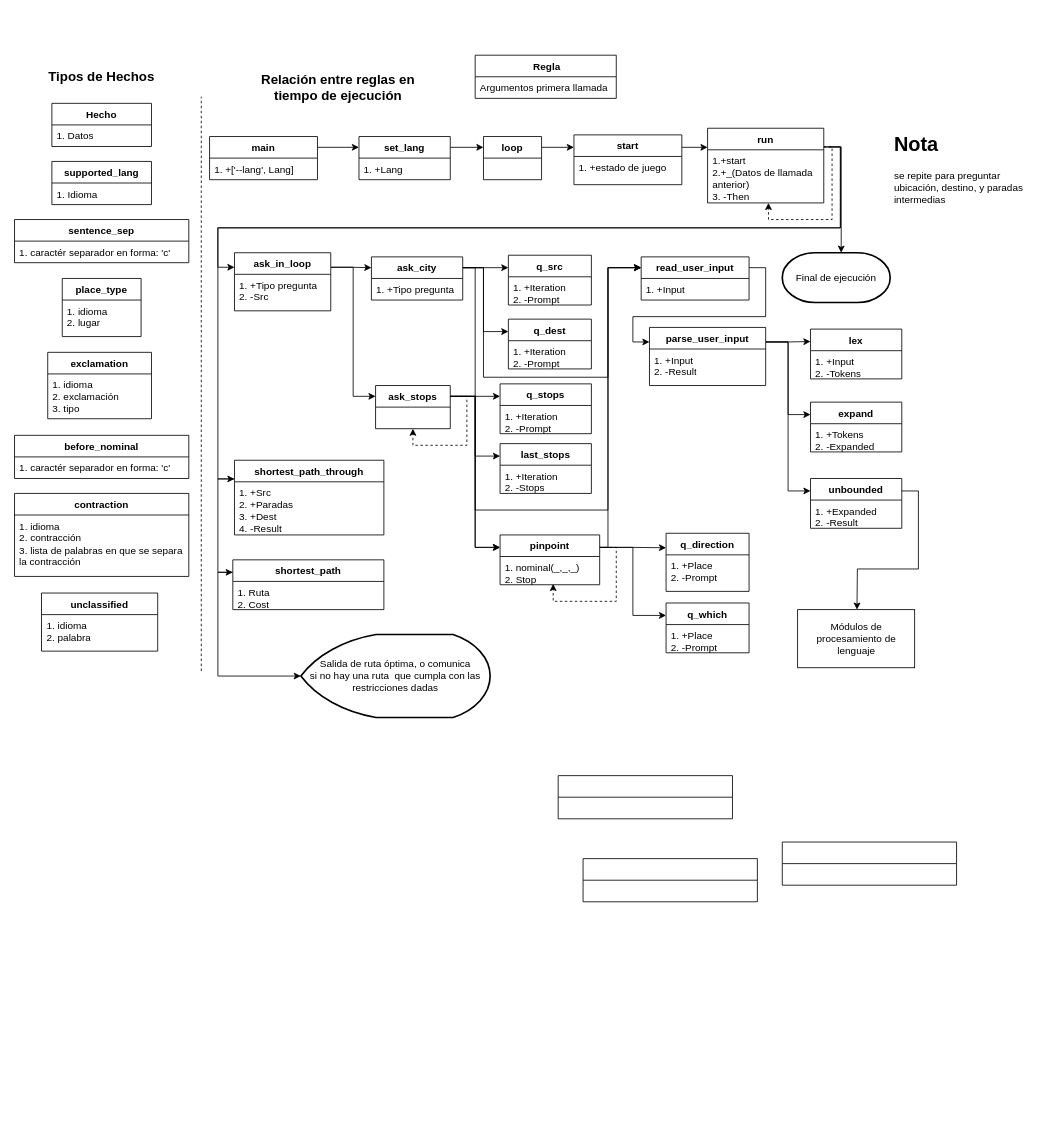
Earlier version of the draw.io diagram doc/Diagrama.drawio (Josfemova/wazelog). Source tidied: cells renumbered, new cells numbered last; positions are measured from the earlier drawing's top-left corner, leaving out a move shared by most shapes. Both pictures are drawn from the tidied source at 83%, with x=0, y=0 at pixel (14, 55).
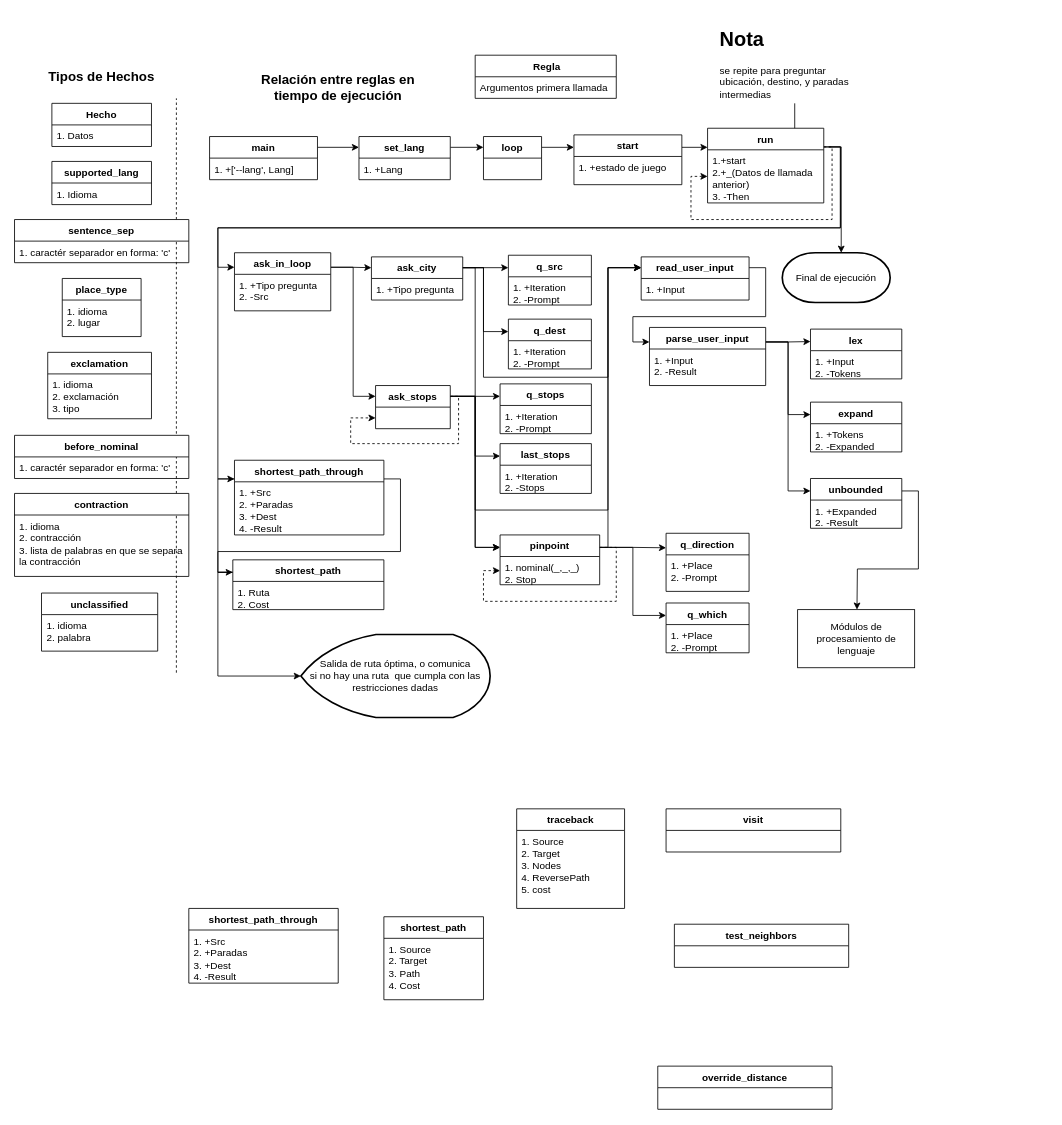
After the change.

The change refers to these unchanged cells:
```xml
<mxCell id="42" value="shortest_path_through" style="swimlane;fontStyle=1;align=center;verticalAlign=top;horizontal=1;startSize=26;" parent="1" vertex="1">
  <mxGeometry x="265" y="488" width="180" height="90" as="geometry" />
</mxCell>
<mxCell id="47" value="run" style="swimlane;fontStyle=1;align=center;verticalAlign=top;horizontal=1;startSize=26;" parent="1" vertex="1">
  <mxGeometry x="835" y="88" width="140" height="90" as="geometry" />
</mxCell>
<mxCell id="48" value="1.+start&#10;2.+_(Datos de llamada anterior)&#10;3. -Then" style="text;strokeColor=none;fillColor=none;align=left;verticalAlign=top;spacingLeft=4;spacingRight=4;overflow=hidden;points=[[0,0.5],[1,0.5]];portConstraint=eastwest;whiteSpace=wrap;" parent="47" vertex="1">
  <mxGeometry y="26" width="140" height="64" as="geometry" />
</mxCell>
<mxCell id="57" value="ask_stops" style="swimlane;fontStyle=1;align=center;verticalAlign=top;horizontal=1;startSize=26;" parent="1" vertex="1">
  <mxGeometry x="435" y="398" width="90" height="52" as="geometry" />
</mxCell>
<mxCell id="58" value=" " style="text;strokeColor=none;fillColor=none;align=left;verticalAlign=top;spacingLeft=4;spacingRight=4;overflow=hidden;points=[[0,0.5],[1,0.5]];portConstraint=eastwest;whiteSpace=wrap;" parent="57" vertex="1">
  <mxGeometry y="26" width="90" height="26" as="geometry" />
</mxCell>
<mxCell id="65" value="pinpoint" style="swimlane;fontStyle=1;align=center;verticalAlign=top;horizontal=1;startSize=26;" parent="1" vertex="1">
  <mxGeometry x="585" y="578" width="120" height="60" as="geometry" />
</mxCell>
<mxCell id="66" value="1. nominal(_,_,_)&#10;2. Stop " style="text;strokeColor=none;fillColor=none;align=left;verticalAlign=top;spacingLeft=4;spacingRight=4;overflow=hidden;points=[[0,0.5],[1,0.5]];portConstraint=eastwest;whiteSpace=wrap;" parent="65" vertex="1">
  <mxGeometry y="26" width="120" height="34" as="geometry" />
</mxCell>
<mxCell id="98" value="shortest_path" style="swimlane;fontStyle=1;align=center;verticalAlign=top;horizontal=1;startSize=26;" parent="1" vertex="1">
  <mxGeometry x="263" y="608" width="182" height="60" as="geometry" />
</mxCell>
```

Change to the diagram source:
```diff
@@
     <mxCell id="17" style="endArrow=none;dashed=1;html=1;" parent="1" edge="1">
       <mxGeometry relative="1" as="geometry">
-        <mxPoint x="225" y="742" as="sourcePoint" />
-        <mxPoint x="225" y="50" as="targetPoint" />
+        <mxPoint x="195" y="744" as="sourcePoint" />
+        <mxPoint x="195" y="52" as="targetPoint" />
       </mxGeometry>
     </mxCell>
@@
+    <mxCell id="107" style="edgeStyle=orthogonalEdgeStyle;rounded=0;jettySize=auto;html=1;exitX=1;exitY=0.25;exitDx=0;exitDy=0;entryX=0;entryY=0.25;entryDx=0;entryDy=0;endArrow=none;endFill=0;" parent="1" edge="1" source="42" target="98">
+      <mxGeometry relative="1" as="geometry">
+        <Array as="points">
+          <mxPoint x="465" y="511" />
+          <mxPoint x="465" y="598" />
+          <mxPoint x="245" y="598" />
+          <mxPoint x="245" y="623" />
+        </Array>
+      </mxGeometry>
+    </mxCell>
@@
-    <mxCell id="49" style="edgeStyle=orthogonalEdgeStyle;rounded=0;jettySize=auto;html=1;exitX=1;exitY=0.25;exitDx=0;exitDy=0;entryX=0.524;entryY=1;entryDx=0;entryDy=0;entryPerimeter=0;dashed=1;" parent="47" edge="1" source="47" target="48">
+    <mxCell id="49" style="edgeStyle=orthogonalEdgeStyle;rounded=0;jettySize=auto;html=1;exitX=1;exitY=0.25;exitDx=0;exitDy=0;entryX=0;entryY=0.5;entryDx=0;entryDy=0;dashed=1;" parent="47" edge="1" source="47" target="48">
       <mxGeometry relative="1" as="geometry">
         <Array as="points">
           <mxPoint x="150" y="23" />
           <mxPoint x="150" y="110" />
-          <mxPoint x="73" y="110" />
+          <mxPoint x="-20" y="110" />
+          <mxPoint x="-20" y="58" />
         </Array>
       </mxGeometry>
     </mxCell>
@@
-    <mxCell id="59" style="edgeStyle=orthogonalEdgeStyle;rounded=0;jettySize=auto;html=1;exitX=1;exitY=0.25;exitDx=0;exitDy=0;entryX=0.5;entryY=1;entryDx=0;entryDy=0;entryPerimeter=0;dashed=1;" parent="57" edge="1" source="57" target="58">
-      <mxGeometry relative="1" as="geometry" />
+    <mxCell id="59" style="edgeStyle=orthogonalEdgeStyle;rounded=0;jettySize=auto;html=1;exitX=1;exitY=0.25;exitDx=0;exitDy=0;dashed=1;entryX=0;entryY=0.5;entryDx=0;entryDy=0;" parent="57" edge="1" source="57" target="58">
+      <mxGeometry relative="1" as="geometry">
+        <Array as="points">
+          <mxPoint x="100" y="13" />
+          <mxPoint x="100" y="70" />
+          <mxPoint x="-30" y="70" />
+          <mxPoint x="-30" y="39" />
+        </Array>
+      </mxGeometry>
     </mxCell>
@@
-    <mxCell id="67" style="edgeStyle=orthogonalEdgeStyle;rounded=0;jettySize=auto;html=1;exitX=1;exitY=0.25;exitDx=0;exitDy=0;entryX=0.533;entryY=0.971;entryDx=0;entryDy=0;entryPerimeter=0;dashed=1;" parent="65" edge="1" source="65" target="66">
-      <mxGeometry relative="1" as="geometry" />
+    <mxCell id="67" style="edgeStyle=orthogonalEdgeStyle;rounded=0;jettySize=auto;html=1;exitX=1;exitY=0.25;exitDx=0;exitDy=0;dashed=1;" parent="65" edge="1" source="65">
+      <mxGeometry relative="1" as="geometry">
+        <mxPoint y="43" as="targetPoint" />
+        <Array as="points">
+          <mxPoint x="140" y="15" />
+          <mxPoint x="140" y="80" />
+          <mxPoint x="-20" y="80" />
+          <mxPoint x="-20" y="43" />
+        </Array>
+      </mxGeometry>
     </mxCell>
@@
+    <mxCell id="108" style="edgeStyle=orthogonalEdgeStyle;rounded=0;jettySize=auto;html=1;exitX=0.5;exitY=1;exitDx=0;exitDy=0;entryX=0.75;entryY=0;entryDx=0;entryDy=0;endArrow=none;endFill=0;" parent="1" edge="1" source="70" target="47">
+      <mxGeometry relative="1" as="geometry" />
+    </mxCell>
     <mxCell id="70" value="&lt;h1&gt;Nota&lt;/h1&gt;&lt;p&gt;&lt;span style=&quot;text-align: center&quot;&gt;se repite para preguntar ubicación, destino, y paradas intermedias&lt;/span&gt;&lt;br&gt;&lt;/p&gt;" style="text;html=1;strokeColor=none;fillColor=none;spacing=5;spacingTop=-20;whiteSpace=wrap;overflow=hidden;rounded=0;" parent="1" vertex="1">
-      <mxGeometry x="1055" y="88" width="190" height="97" as="geometry" />
+      <mxGeometry x="845" y="-39" width="190" height="97" as="geometry" />
     </mxCell>
@@
-    <mxCell id="85" value=" " style="swimlane;fontStyle=1;align=center;verticalAlign=top;horizontal=1;startSize=26;" parent="1" vertex="1">
-      <mxGeometry x="655" y="868" width="210" height="52" as="geometry" />
+    <mxCell id="85" value="traceback" style="swimlane;fontStyle=1;align=center;verticalAlign=top;horizontal=1;startSize=26;" parent="1" vertex="1">
+      <mxGeometry x="605" y="908" width="130" height="120" as="geometry" />
     </mxCell>
-    <mxCell id="86" value=" " style="text;strokeColor=none;fillColor=none;align=left;verticalAlign=top;spacingLeft=4;spacingRight=4;overflow=hidden;whiteSpace=wrap;" parent="85" vertex="1">
-      <mxGeometry y="26" width="210" height="26" as="geometry" />
+    <mxCell id="86" value="1. Source&#10;2. Target&#10;3. Nodes&#10;4. ReversePath&#10;5. cost" style="text;strokeColor=none;fillColor=none;align=left;verticalAlign=top;spacingLeft=4;spacingRight=4;overflow=hidden;whiteSpace=wrap;" parent="85" vertex="1">
+      <mxGeometry y="26" width="130" height="94" as="geometry" />
     </mxCell>
@@
-    <mxCell id="90" value=" " style="swimlane;fontStyle=1;align=center;verticalAlign=top;horizontal=1;startSize=26;" parent="1" vertex="1">
-      <mxGeometry x="925" y="948" width="210" height="52" as="geometry" />
+    <mxCell id="90" value="test_neighbors" style="swimlane;fontStyle=1;align=center;verticalAlign=top;horizontal=1;startSize=26;" parent="1" vertex="1">
+      <mxGeometry x="795" y="1047" width="210" height="52" as="geometry" />
     </mxCell>
@@
-    <mxCell id="100" value=" " style="swimlane;fontStyle=1;align=center;verticalAlign=top;horizontal=1;startSize=26;" parent="1" vertex="1">
-      <mxGeometry x="685" y="968" width="210" height="52" as="geometry" />
+    <mxCell id="100" value="visit" style="swimlane;fontStyle=1;align=center;verticalAlign=top;horizontal=1;startSize=26;" parent="1" vertex="1">
+      <mxGeometry x="785" y="908" width="210.5" height="52" as="geometry" />
     </mxCell>
     <mxCell id="101" value=" " style="text;strokeColor=none;fillColor=none;align=left;verticalAlign=top;spacingLeft=4;spacingRight=4;overflow=hidden;whiteSpace=wrap;" parent="100" vertex="1">
-      <mxGeometry y="26" width="210" height="26" as="geometry" />
+      <mxGeometry y="26" width="210.5" height="26" as="geometry" />
     </mxCell>
@@
+    <mxCell id="109" value="shortest_path_through" style="swimlane;fontStyle=1;align=center;verticalAlign=top;horizontal=1;startSize=26;" parent="1" vertex="1">
+      <mxGeometry x="210" y="1028" width="180" height="90" as="geometry" />
+    </mxCell>
+    <mxCell id="110" value="1. +Src&#10;2. +Paradas&#10;3. +Dest&#10;4. -Result" style="text;strokeColor=none;fillColor=none;align=left;verticalAlign=top;spacingLeft=4;spacingRight=4;overflow=hidden;whiteSpace=wrap;" parent="109" vertex="1">
+      <mxGeometry y="26" width="180" height="64" as="geometry" />
+    </mxCell>
+    <mxCell id="111" value="shortest_path" style="swimlane;fontStyle=1;align=center;verticalAlign=top;horizontal=1;startSize=26;" parent="1" vertex="1">
+      <mxGeometry x="445" y="1038" width="120" height="100" as="geometry" />
+    </mxCell>
+    <mxCell id="112" value="1. Source&#10;2. Target&#10;3. Path&#10;4. Cost" style="text;strokeColor=none;fillColor=none;align=left;verticalAlign=top;spacingLeft=4;spacingRight=4;overflow=hidden;whiteSpace=wrap;" parent="111" vertex="1">
+      <mxGeometry y="26" width="120" height="74" as="geometry" />
+    </mxCell>
+    <mxCell id="113" value="override_distance" style="swimlane;fontStyle=1;align=center;verticalAlign=top;horizontal=1;startSize=26;" parent="1" vertex="1">
+      <mxGeometry x="775" y="1218" width="210" height="52" as="geometry" />
+    </mxCell>
+    <mxCell id="114" value=" " style="text;strokeColor=none;fillColor=none;align=left;verticalAlign=top;spacingLeft=4;spacingRight=4;overflow=hidden;whiteSpace=wrap;" parent="113" vertex="1">
+      <mxGeometry y="26" width="210" height="26" as="geometry" />
+    </mxCell>
```
